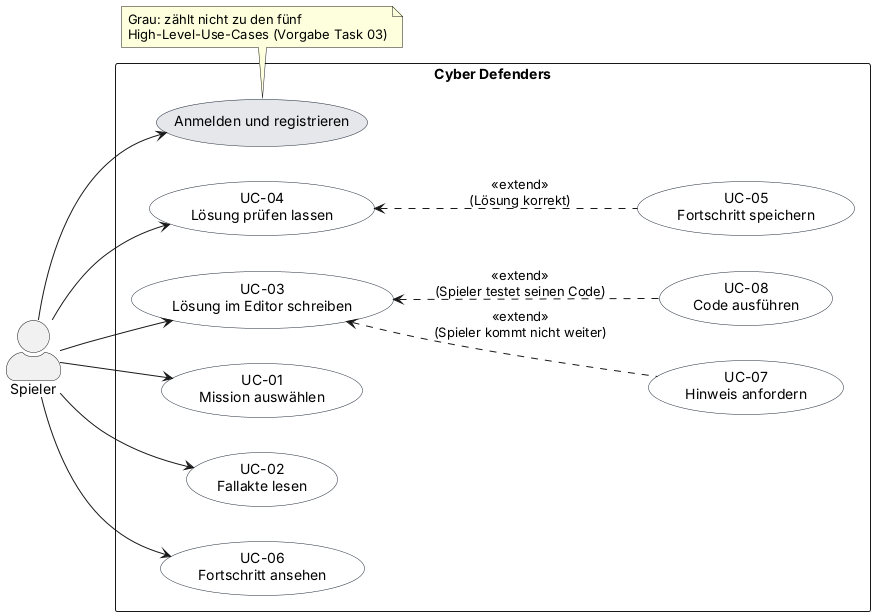
Cyber-Defenders-4/Cyber-Defenders keeps this PlantUML diagram as docs/diagrams/use-case-diagram.png. Above is the earlier version.
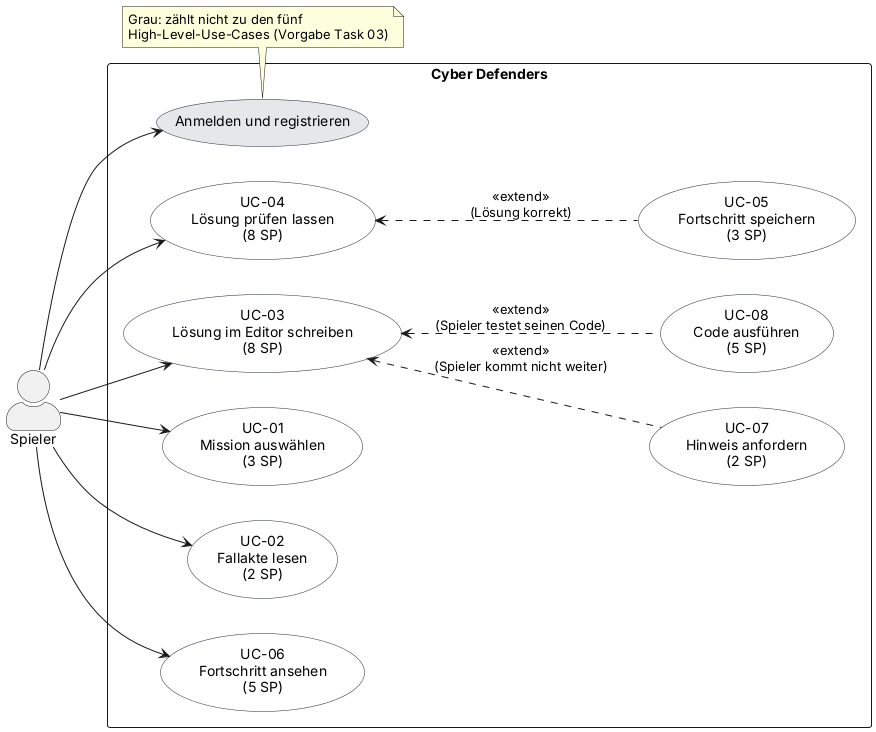
The same file after the commit.

Commit message:
Use-Case-Diagramm um Schätzungen in Story Points ergänzen

The edit, as a diff of the source:
```diff
@@ -13,14 +13,14 @@
 
 rectangle "Cyber Defenders" {
   usecase "Anmelden und registrieren" as Login #E5E7EB
-  usecase "UC-01\nMission auswählen" as UC01
-  usecase "UC-02\nFallakte lesen" as UC02
-  usecase "UC-03\nLösung im Editor schreiben" as UC03
-  usecase "UC-04\nLösung prüfen lassen" as UC04
-  usecase "UC-05\nFortschritt speichern" as UC05
-  usecase "UC-06\nFortschritt ansehen" as UC06
-  usecase "UC-07\nHinweis anfordern" as UC07
-  usecase "UC-08\nCode ausführen" as UC08
+  usecase "UC-01\nMission auswählen\n(3 SP)" as UC01
+  usecase "UC-02\nFallakte lesen\n(2 SP)" as UC02
+  usecase "UC-03\nLösung im Editor schreiben\n(8 SP)" as UC03
+  usecase "UC-04\nLösung prüfen lassen\n(8 SP)" as UC04
+  usecase "UC-05\nFortschritt speichern\n(3 SP)" as UC05
+  usecase "UC-06\nFortschritt ansehen\n(5 SP)" as UC06
+  usecase "UC-07\nHinweis anfordern\n(2 SP)" as UC07
+  usecase "UC-08\nCode ausführen\n(5 SP)" as UC08
 }
 
 Spieler --> Login
```
